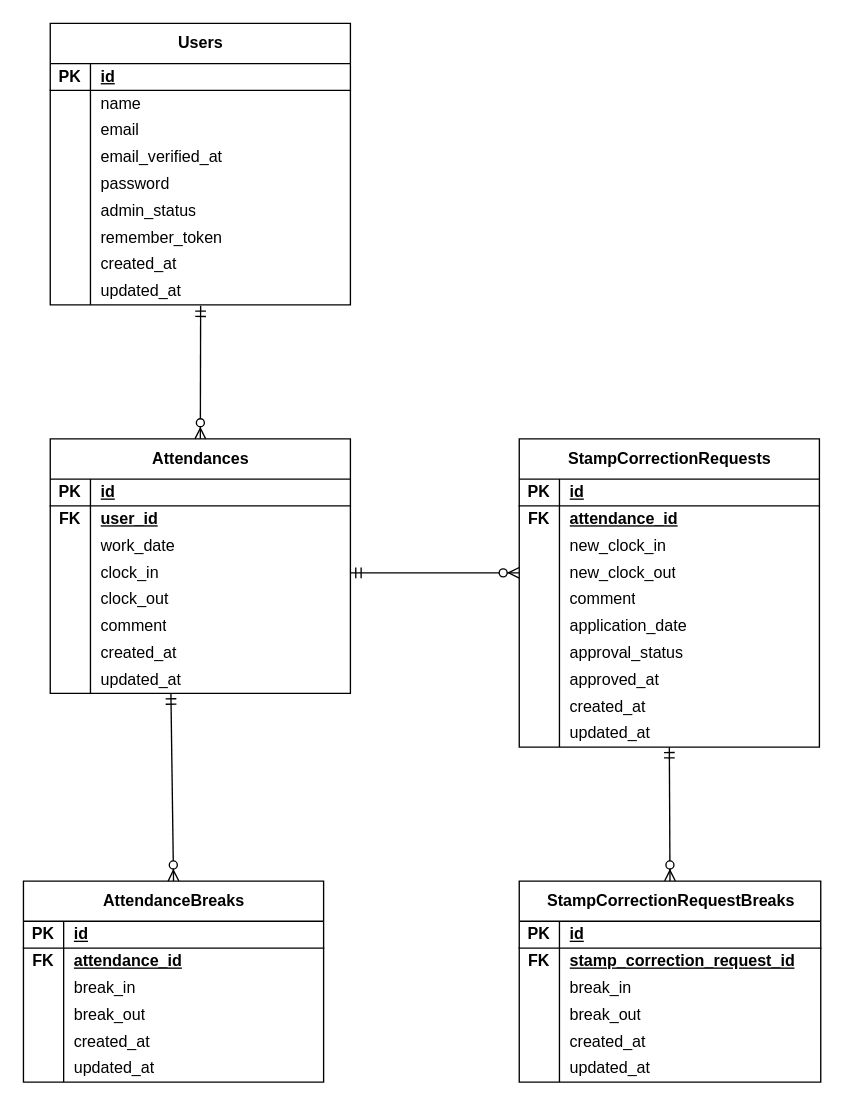
Before: er.drawio in kuboyuina0601/attendance-app, a draw.io diagram. Source tidied: cells renumbered, new cells numbered last; positions are measured from the earlier drawing's top-left corner, leaving out a move shared by most shapes. Both pictures are drawn from the tidied source at 134%, with x=0, y=0 at pixel (23, 23).
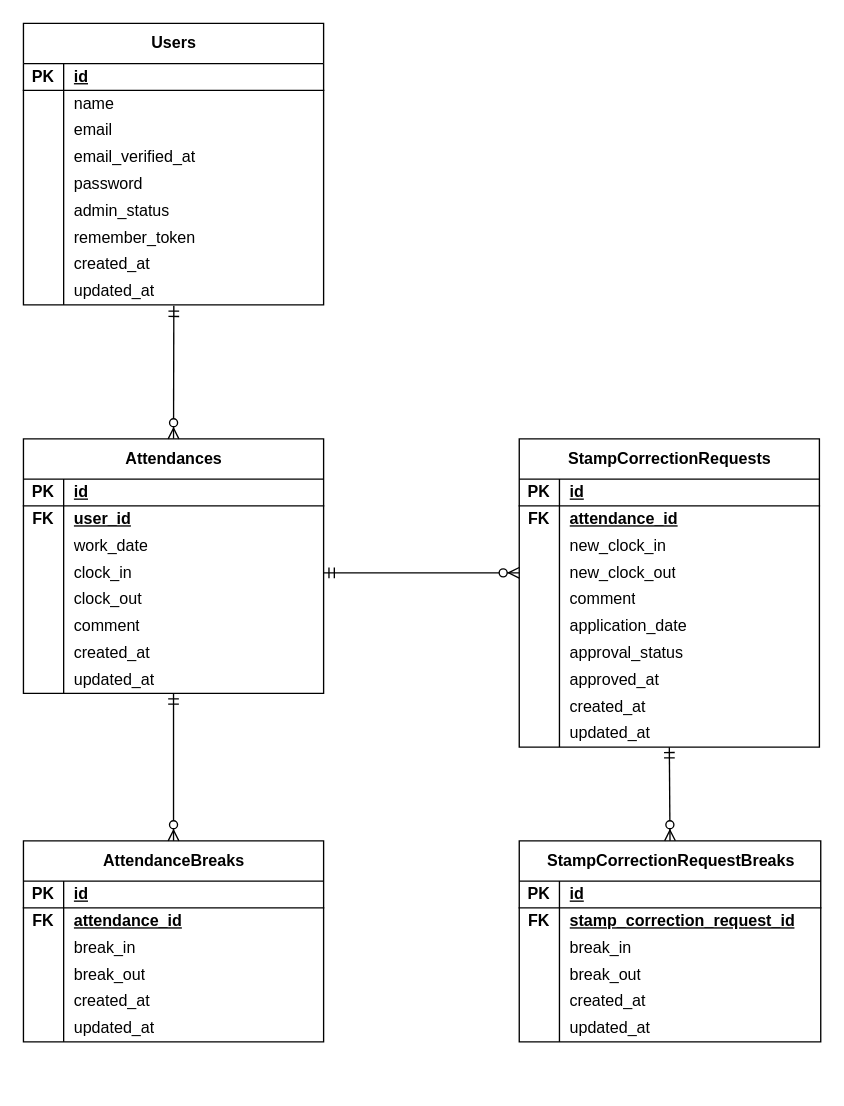
Above is the later version.

The change refers to these unchanged cells:
```xml
<mxCell id="52" style="shape=tableRow;horizontal=0;startSize=0;swimlaneHead=0;swimlaneBody=0;fillColor=none;points=[[0,0.5],[1,0.5]];portConstraint=eastwest;top=0;left=0;right=0;bottom=0;" parent="30" vertex="1">
  <mxGeometry y="170" width="224" height="20" as="geometry" />
</mxCell>
```

What changed in the source:
```diff
@@
     <mxCell id="2" value="Users" style="shape=table;startSize=30;childLayout=tableLayout;rowLines=0;fontStyle=1;align=center;html=1;" parent="1" vertex="1">
-      <mxGeometry x="20" width="224" height="210" as="geometry" />
+      <mxGeometry width="224" height="210" as="geometry" />
     </mxCell>
@@
     <mxCell id="30" value="Attendances" style="shape=table;startSize=30;childLayout=tableLayout;rowLines=0;fontStyle=1;align=center;html=1;" parent="1" vertex="1">
-      <mxGeometry x="20" y="310" width="224" height="190" as="geometry" />
+      <mxGeometry y="310" width="224" height="190" as="geometry" />
     </mxCell>
@@
     <mxCell id="55" value="AttendanceBreaks" style="shape=table;startSize=30;childLayout=tableLayout;rowLines=0;fontStyle=1;align=center;html=1;strokeColor=default;verticalAlign=middle;fontFamily=Helvetica;fontSize=12;fontColor=default;fillColor=default;" parent="1" vertex="1">
-      <mxGeometry y="640" width="224" height="150" as="geometry" />
+      <mxGeometry y="610" width="224" height="150" as="geometry" />
     </mxCell>
@@
     <mxCell id="105" value="StampCorrectionRequestBreaks" style="shape=table;startSize=30;childLayout=tableLayout;rowLines=0;fontStyle=1;align=center;html=1;" parent="1" vertex="1">
-      <mxGeometry x="370" y="640" width="225" height="150" as="geometry" />
+      <mxGeometry x="370" y="610" width="225" height="150" as="geometry" />
     </mxCell>
@@
-    <mxCell id="125" style="fontSize=12;html=1;endArrow=ERzeroToMany;endFill=1;rounded=0;entryX=0.5;entryY=0;entryDx=0;entryDy=0;exitX=0.402;exitY=1;exitDx=0;exitDy=0;exitPerimeter=0;startArrow=ERmandOne;startFill=0;" parent="1" edge="1" source="52" target="55">
+    <mxCell id="125" style="fontSize=12;html=1;endArrow=ERzeroToMany;endFill=1;rounded=0;entryX=0.5;entryY=0;entryDx=0;entryDy=0;startArrow=ERmandOne;startFill=0;exitX=0.5;exitY=1;exitDx=0;exitDy=0;exitPerimeter=0;" parent="1" edge="1" source="52" target="55">
       <mxGeometry relative="1" as="geometry" />
     </mxCell>
```
